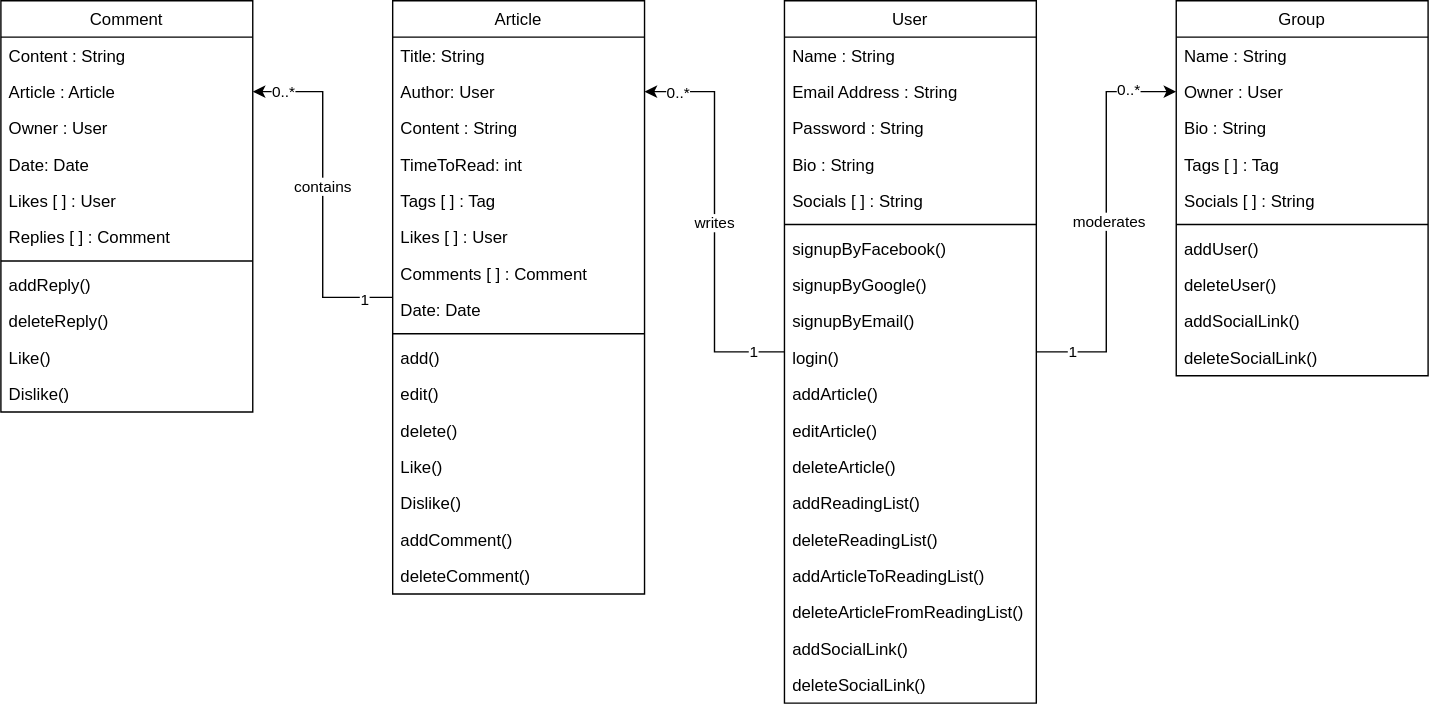
Earlier version of the draw.io export Class Diagram.svg (AhmadTripleA/MediumDotCom-Clone). Source tidied: cells renumbered, new cells last; positions are measured from the earlier drawing's top-left corner, leaving out a move shared by most shapes.
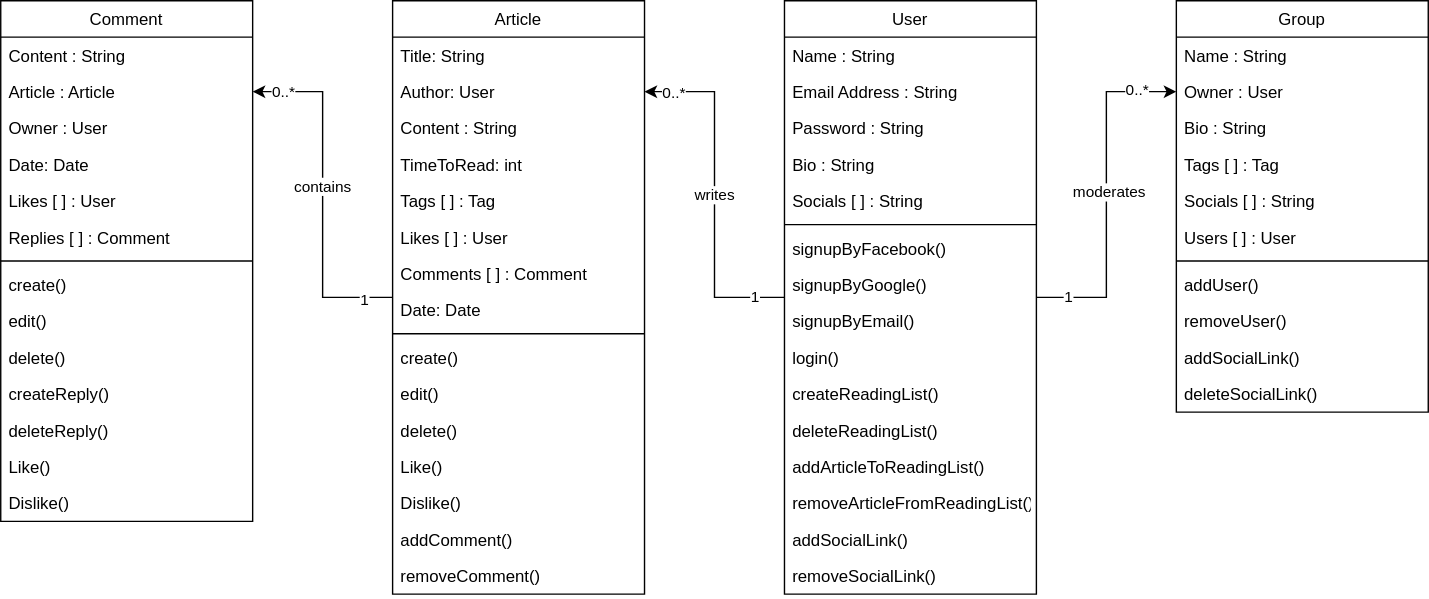
The same diagram one commit later.

The edit, as a diff of the source:
```diff
@@ -35,7 +35,7 @@
       <mxGeometry relative="1" as="geometry" />
     </mxCell>
     <mxCell id="10" value="User" style="swimlane;fontStyle=0;align=center;verticalAlign=top;horizontal=1;startSize=26;rounded=0;shadow=0;strokeWidth=1;" parent="1" vertex="1">
-      <mxGeometry x="560" width="180" height="502" as="geometry" />
+      <mxGeometry x="560" width="180" height="424" as="geometry" />
     </mxCell>
     <mxCell id="11" value="Name : String" style="text;align=left;verticalAlign=top;spacingLeft=4;spacingRight=4;overflow=hidden;" parent="10" vertex="1">
       <mxGeometry y="26" width="180" height="26" as="geometry" />
@@ -67,35 +67,26 @@
     <mxCell id="20" value="login()" style="text;align=left;verticalAlign=top;spacingLeft=4;spacingRight=4;overflow=hidden;" parent="10" vertex="1">
       <mxGeometry y="242" width="180" height="26" as="geometry" />
     </mxCell>
-    <mxCell id="21" value="addArticle()" style="text;align=left;verticalAlign=top;spacingLeft=4;spacingRight=4;overflow=hidden;" parent="10" vertex="1">
-      <mxGeometry y="268" width="180" height="26" as="geometry" />
-    </mxCell>
-    <mxCell id="22" value="editArticle()&#10;" style="text;align=left;verticalAlign=top;spacingLeft=4;spacingRight=4;overflow=hidden;" parent="10" vertex="1">
-      <mxGeometry y="294" width="180" height="26" as="geometry" />
-    </mxCell>
-    <mxCell id="23" value="deleteArticle()" style="text;align=left;verticalAlign=top;spacingLeft=4;spacingRight=4;overflow=hidden;" parent="10" vertex="1">
-      <mxGeometry y="320" width="180" height="26" as="geometry" />
-    </mxCell>
-    <mxCell id="24" value="addReadingList()" style="text;align=left;verticalAlign=top;spacingLeft=4;spacingRight=4;overflow=hidden;" parent="10" vertex="1">
-      <mxGeometry y="346" width="180" height="26" as="geometry" />
+    <mxCell id="24" value="createReadingList()" style="text;align=left;verticalAlign=top;spacingLeft=4;spacingRight=4;overflow=hidden;" parent="10" vertex="1">
+      <mxGeometry y="268" width="180" height="26" as="geometry" />
     </mxCell>
     <mxCell id="25" value="deleteReadingList()" style="text;align=left;verticalAlign=top;spacingLeft=4;spacingRight=4;overflow=hidden;" parent="10" vertex="1">
-      <mxGeometry y="372" width="180" height="26" as="geometry" />
+      <mxGeometry y="294" width="180" height="26" as="geometry" />
     </mxCell>
     <mxCell id="26" value="addArticleToReadingList()" style="text;align=left;verticalAlign=top;spacingLeft=4;spacingRight=4;overflow=hidden;" parent="10" vertex="1">
-      <mxGeometry y="398" width="180" height="26" as="geometry" />
+      <mxGeometry y="320" width="180" height="26" as="geometry" />
     </mxCell>
-    <mxCell id="27" value="deleteArticleFromReadingList()" style="text;align=left;verticalAlign=top;spacingLeft=4;spacingRight=4;overflow=hidden;" parent="10" vertex="1">
-      <mxGeometry y="424" width="180" height="26" as="geometry" />
+    <mxCell id="27" value="removeArticleFromReadingList()" style="text;align=left;verticalAlign=top;spacingLeft=4;spacingRight=4;overflow=hidden;" parent="10" vertex="1">
+      <mxGeometry y="346" width="180" height="26" as="geometry" />
     </mxCell>
     <mxCell id="28" value="addSocialLink()" style="text;align=left;verticalAlign=top;spacingLeft=4;spacingRight=4;overflow=hidden;" parent="10" vertex="1">
-      <mxGeometry y="450" width="180" height="26" as="geometry" />
+      <mxGeometry y="372" width="180" height="26" as="geometry" />
     </mxCell>
-    <mxCell id="29" value="deleteSocialLink()" style="text;align=left;verticalAlign=top;spacingLeft=4;spacingRight=4;overflow=hidden;" parent="10" vertex="1">
-      <mxGeometry y="476" width="180" height="26" as="geometry" />
+    <mxCell id="29" value="removeSocialLink()" style="text;align=left;verticalAlign=top;spacingLeft=4;spacingRight=4;overflow=hidden;" parent="10" vertex="1">
+      <mxGeometry y="398" width="180" height="26" as="geometry" />
     </mxCell>
     <mxCell id="30" value="Group" style="swimlane;fontStyle=0;align=center;verticalAlign=top;horizontal=1;startSize=26;rounded=0;shadow=0;strokeWidth=1;" parent="1" vertex="1">
-      <mxGeometry x="840" width="180" height="268" as="geometry" />
+      <mxGeometry x="840" width="180" height="294" as="geometry" />
     </mxCell>
     <mxCell id="31" value="Name : String" style="text;align=left;verticalAlign=top;spacingLeft=4;spacingRight=4;overflow=hidden;" parent="30" vertex="1">
       <mxGeometry y="26" width="180" height="26" as="geometry" />
@@ -112,20 +103,23 @@
     <mxCell id="35" value="Socials [ ] : String" style="text;align=left;verticalAlign=top;spacingLeft=4;spacingRight=4;overflow=hidden;rounded=0;shadow=0;html=0;" parent="30" vertex="1">
       <mxGeometry y="130" width="180" height="26" as="geometry" />
     </mxCell>
+    <mxCell id="74" value="Users [ ] : User" style="text;align=left;verticalAlign=top;spacingLeft=4;spacingRight=4;overflow=hidden;rounded=0;shadow=0;html=0;" parent="30" vertex="1">
+      <mxGeometry y="156" width="180" height="26" as="geometry" />
+    </mxCell>
     <mxCell id="36" style="line;html=1;strokeWidth=1;align=left;verticalAlign=middle;spacingTop=-1;spacingLeft=3;spacingRight=3;labelPosition=right;" parent="30" vertex="1">
-      <mxGeometry y="156" width="180" height="8" as="geometry" />
+      <mxGeometry y="182" width="180" height="8" as="geometry" />
     </mxCell>
     <mxCell id="37" value="addUser()" style="text;align=left;verticalAlign=top;spacingLeft=4;spacingRight=4;overflow=hidden;" parent="30" vertex="1">
-      <mxGeometry y="164" width="180" height="26" as="geometry" />
+      <mxGeometry y="190" width="180" height="26" as="geometry" />
     </mxCell>
-    <mxCell id="38" value="deleteUser()" style="text;align=left;verticalAlign=top;spacingLeft=4;spacingRight=4;overflow=hidden;" parent="30" vertex="1">
-      <mxGeometry y="190" width="180" height="26" as="geometry" />
+    <mxCell id="38" value="removeUser()" style="text;align=left;verticalAlign=top;spacingLeft=4;spacingRight=4;overflow=hidden;" parent="30" vertex="1">
+      <mxGeometry y="216" width="180" height="26" as="geometry" />
     </mxCell>
     <mxCell id="39" value="addSocialLink()" style="text;align=left;verticalAlign=top;spacingLeft=4;spacingRight=4;overflow=hidden;" parent="30" vertex="1">
-      <mxGeometry y="216" width="180" height="26" as="geometry" />
+      <mxGeometry y="242" width="180" height="26" as="geometry" />
     </mxCell>
     <mxCell id="40" value="deleteSocialLink()" style="text;align=left;verticalAlign=top;spacingLeft=4;spacingRight=4;overflow=hidden;" parent="30" vertex="1">
-      <mxGeometry y="242" width="180" height="26" as="geometry" />
+      <mxGeometry y="268" width="180" height="26" as="geometry" />
     </mxCell>
     <mxCell id="41" style="edgeStyle=orthogonalEdgeStyle;rounded=0;jettySize=auto;html=1;" parent="1" edge="1" source="45" target="64">
       <mxGeometry relative="1" as="geometry" />
@@ -171,7 +165,7 @@
     <mxCell id="54" style="line;html=1;strokeWidth=1;align=left;verticalAlign=middle;spacingTop=-1;spacingLeft=3;spacingRight=3;labelPosition=right;" parent="45" vertex="1">
       <mxGeometry y="234" width="180" height="8" as="geometry" />
     </mxCell>
-    <mxCell id="55" value="add()" style="text;align=left;verticalAlign=top;spacingLeft=4;spacingRight=4;overflow=hidden;" parent="45" vertex="1">
+    <mxCell id="55" value="create()" style="text;align=left;verticalAlign=top;spacingLeft=4;spacingRight=4;overflow=hidden;" parent="45" vertex="1">
       <mxGeometry y="242" width="180" height="26" as="geometry" />
     </mxCell>
     <mxCell id="56" value="edit()" style="text;align=left;verticalAlign=top;spacingLeft=4;spacingRight=4;overflow=hidden;" parent="45" vertex="1">
@@ -189,11 +183,11 @@
     <mxCell id="60" value="addComment()" style="text;align=left;verticalAlign=top;spacingLeft=4;spacingRight=4;overflow=hidden;" parent="45" vertex="1">
       <mxGeometry y="372" width="180" height="26" as="geometry" />
     </mxCell>
-    <mxCell id="61" value="deleteComment()" style="text;align=left;verticalAlign=top;spacingLeft=4;spacingRight=4;overflow=hidden;" parent="45" vertex="1">
+    <mxCell id="61" value="removeComment()" style="text;align=left;verticalAlign=top;spacingLeft=4;spacingRight=4;overflow=hidden;" parent="45" vertex="1">
       <mxGeometry y="398" width="180" height="26" as="geometry" />
     </mxCell>
     <mxCell id="62" value="Comment" style="swimlane;fontStyle=0;align=center;verticalAlign=top;horizontal=1;startSize=26;rounded=0;shadow=0;strokeWidth=1;" parent="1" vertex="1">
-      <mxGeometry width="180" height="294" as="geometry" />
+      <mxGeometry width="180" height="372" as="geometry" />
     </mxCell>
     <mxCell id="63" value="Content : String" style="text;align=left;verticalAlign=top;spacingLeft=4;spacingRight=4;overflow=hidden;" parent="62" vertex="1">
       <mxGeometry y="26" width="180" height="26" as="geometry" />
@@ -216,17 +210,26 @@
     <mxCell id="69" style="line;html=1;strokeWidth=1;align=left;verticalAlign=middle;spacingTop=-1;spacingLeft=3;spacingRight=3;labelPosition=right;" parent="62" vertex="1">
       <mxGeometry y="182" width="180" height="8" as="geometry" />
     </mxCell>
+    <mxCell id="75" value="create()" style="text;align=left;verticalAlign=top;spacingLeft=4;spacingRight=4;overflow=hidden;" parent="62" vertex="1">
+      <mxGeometry y="190" width="180" height="26" as="geometry" />
+    </mxCell>
+    <mxCell id="76" value="edit()" style="text;align=left;verticalAlign=top;spacingLeft=4;spacingRight=4;overflow=hidden;" parent="62" vertex="1">
+      <mxGeometry y="216" width="180" height="26" as="geometry" />
+    </mxCell>
+    <mxCell id="77" value="delete()" style="text;align=left;verticalAlign=top;spacingLeft=4;spacingRight=4;overflow=hidden;" parent="62" vertex="1">
+      <mxGeometry y="242" width="180" height="26" as="geometry" />
+    </mxCell>
-    <mxCell id="70" value="addReply()" style="text;align=left;verticalAlign=top;spacingLeft=4;spacingRight=4;overflow=hidden;" parent="62" vertex="1">
-      <mxGeometry y="190" width="180" height="26" as="geometry" />
+    <mxCell id="70" value="createReply()" style="text;align=left;verticalAlign=top;spacingLeft=4;spacingRight=4;overflow=hidden;" parent="62" vertex="1">
+      <mxGeometry y="268" width="180" height="26" as="geometry" />
     </mxCell>
     <mxCell id="71" value="deleteReply()" style="text;align=left;verticalAlign=top;spacingLeft=4;spacingRight=4;overflow=hidden;" parent="62" vertex="1">
-      <mxGeometry y="216" width="180" height="26" as="geometry" />
+      <mxGeometry y="294" width="180" height="26" as="geometry" />
     </mxCell>
     <mxCell id="72" value="Like()" style="text;align=left;verticalAlign=top;spacingLeft=4;spacingRight=4;overflow=hidden;" parent="62" vertex="1">
-      <mxGeometry y="242" width="180" height="26" as="geometry" />
+      <mxGeometry y="320" width="180" height="26" as="geometry" />
     </mxCell>
     <mxCell id="73" value="Dislike()" style="text;align=left;verticalAlign=top;spacingLeft=4;spacingRight=4;overflow=hidden;" parent="62" vertex="1">
-      <mxGeometry y="268" width="180" height="26" as="geometry" />
+      <mxGeometry y="346" width="180" height="26" as="geometry" />
     </mxCell>
   </root>
 </mxGraphModel>
```
